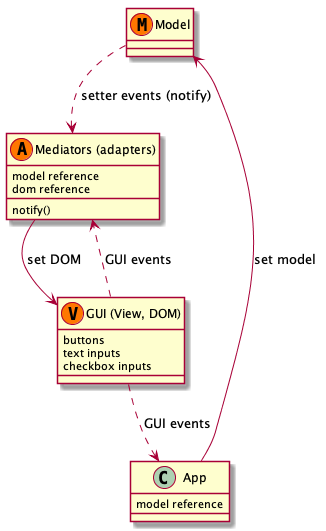
The PlantUML diagram js/jecs/images/MVA_MGM_Architecture.png in abulka/gui-showdown, before a commit.
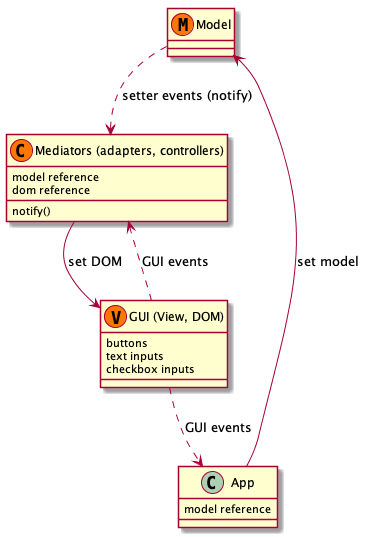
The same file after the commit.

The edit, as a diff of the source:
```diff
@@ -3,7 +3,7 @@
 class "Model"  << (M,#FF7700) >> {
 }
 
-class "Mediators (adapters)" << (A,#FF7700) >> {
+class "Mediators (adapters, controllers)" << (C,#FF7700) >> {
     model reference
     dom reference
     notify()
@@ -19,9 +19,9 @@
     model reference
 }
 
-"Mediators (adapters)" --> "GUI (View, DOM)" : set DOM
-"GUI (View, DOM)" ..> "Mediators (adapters)" : GUI events
+"Mediators (adapters, controllers)" --> "GUI (View, DOM)" : set DOM
+"GUI (View, DOM)" ..> "Mediators (adapters, controllers)" : GUI events
 "GUI (View, DOM)" ..> App : GUI events
-Model ..> "Mediators (adapters)" : setter events (notify)
+Model ..> "Mediators (adapters, controllers)" : setter events (notify)
 App --> Model : set model
 @enduml
```
